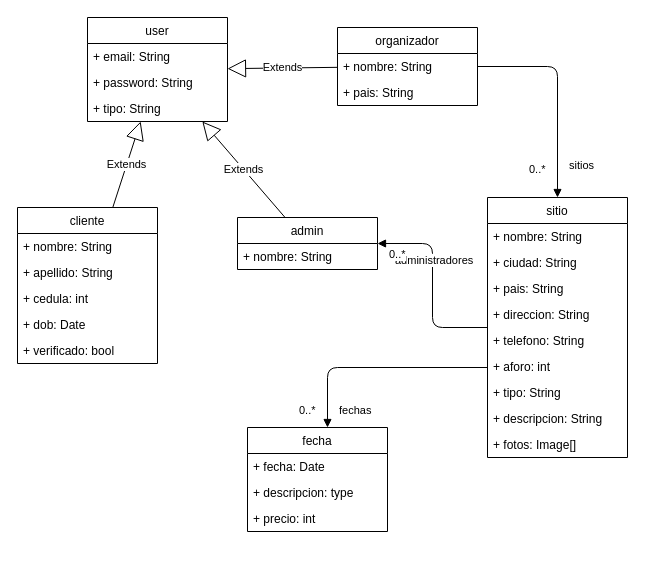
This is entry/docs/modelo de dominio entry.drawio from Trempo/entry, a draw.io file, before an edit. Source tidied: cells renumbered, new cells numbered last; positions are measured from the earlier drawing's top-left corner, leaving out a move shared by most shapes. Both pictures are drawn from the tidied source at 100%, with x=0, y=0 at pixel (17, 17).
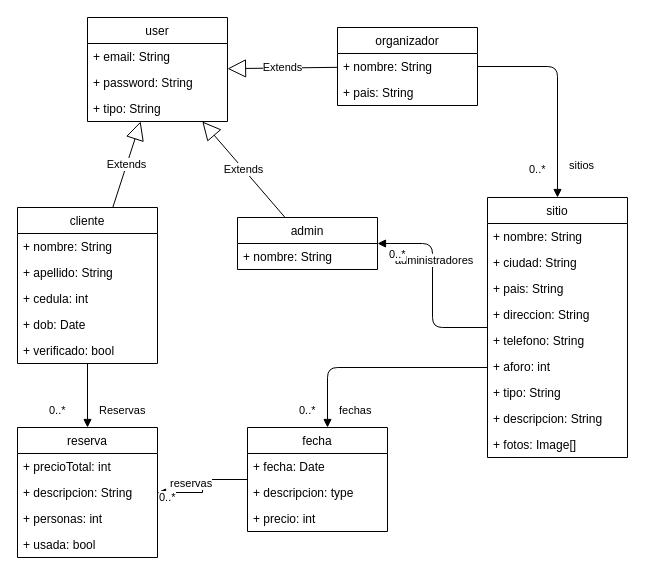
The same diagram, later.

The change refers to these unchanged cells:
```xml
<mxCell id="9" value="cliente" style="swimlane;fontStyle=0;horizontal=1;startSize=26;fillColor=none;" parent="1" vertex="1">
  <mxGeometry y="190" width="140" height="156" as="geometry" />
</mxCell>
<mxCell id="34" value="fecha" style="swimlane;fontStyle=0;horizontal=1;startSize=26;fillColor=none;" parent="1" vertex="1">
  <mxGeometry x="230" y="410" width="140" height="104" as="geometry" />
</mxCell>
```

The edit, as a diff of the source:
```diff
@@
+    <mxCell id="40" value="reserva" style="swimlane;fontStyle=0;horizontal=1;startSize=26;fillColor=none;" parent="1" vertex="1">
+      <mxGeometry y="410" width="140" height="130" as="geometry" />
+    </mxCell>
+    <mxCell id="41" value="+ precioTotal: int" style="text;strokeColor=none;fillColor=none;align=left;verticalAlign=top;spacingLeft=4;spacingRight=4;overflow=hidden;" parent="40" vertex="1">
+      <mxGeometry y="26" width="140" height="26" as="geometry" />
+    </mxCell>
+    <mxCell id="42" value="+ descripcion: String" style="text;strokeColor=none;fillColor=none;align=left;verticalAlign=top;spacingLeft=4;spacingRight=4;overflow=hidden;" parent="40" vertex="1">
+      <mxGeometry y="52" width="140" height="26" as="geometry" />
+    </mxCell>
+    <mxCell id="43" value="+ personas: int" style="text;strokeColor=none;fillColor=none;align=left;verticalAlign=top;spacingLeft=4;spacingRight=4;overflow=hidden;" parent="40" vertex="1">
+      <mxGeometry y="78" width="140" height="26" as="geometry" />
+    </mxCell>
+    <mxCell id="44" value="+ usada: bool" style="text;strokeColor=none;fillColor=none;align=left;verticalAlign=top;spacingLeft=4;spacingRight=4;overflow=hidden;" parent="40" vertex="1">
+      <mxGeometry y="104" width="140" height="26" as="geometry" />
+    </mxCell>
+    <mxCell id="45" value="Reservas" style="endArrow=block;endFill=1;html=1;edgeStyle=orthogonalEdgeStyle;align=left;verticalAlign=top;rounded=0;" parent="1" edge="1" source="9" target="40">
+      <mxGeometry x="0.06" y="10" relative="1" as="geometry" />
+    </mxCell>
+    <mxCell id="46" value="0..*" style="edgeLabel;html=1;align=left;verticalAlign=bottom;" parent="45" vertex="1">
+      <mxGeometry x="-1" relative="1" as="geometry">
+        <mxPoint x="-40" y="55" as="offset" />
+      </mxGeometry>
+    </mxCell>
+    <mxCell id="47" value="reservas" style="endArrow=block;endFill=1;html=1;edgeStyle=orthogonalEdgeStyle;align=left;verticalAlign=top;rounded=0;" parent="1" edge="1" source="34" target="40">
+      <mxGeometry x="0.78" y="-22" relative="1" as="geometry" />
+    </mxCell>
+    <mxCell id="48" value="0..*" style="edgeLabel;html=1;align=left;verticalAlign=bottom;" parent="47" vertex="1">
+      <mxGeometry x="-1" relative="1" as="geometry">
+        <mxPoint x="-90" y="26" as="offset" />
+      </mxGeometry>
+    </mxCell>
```
